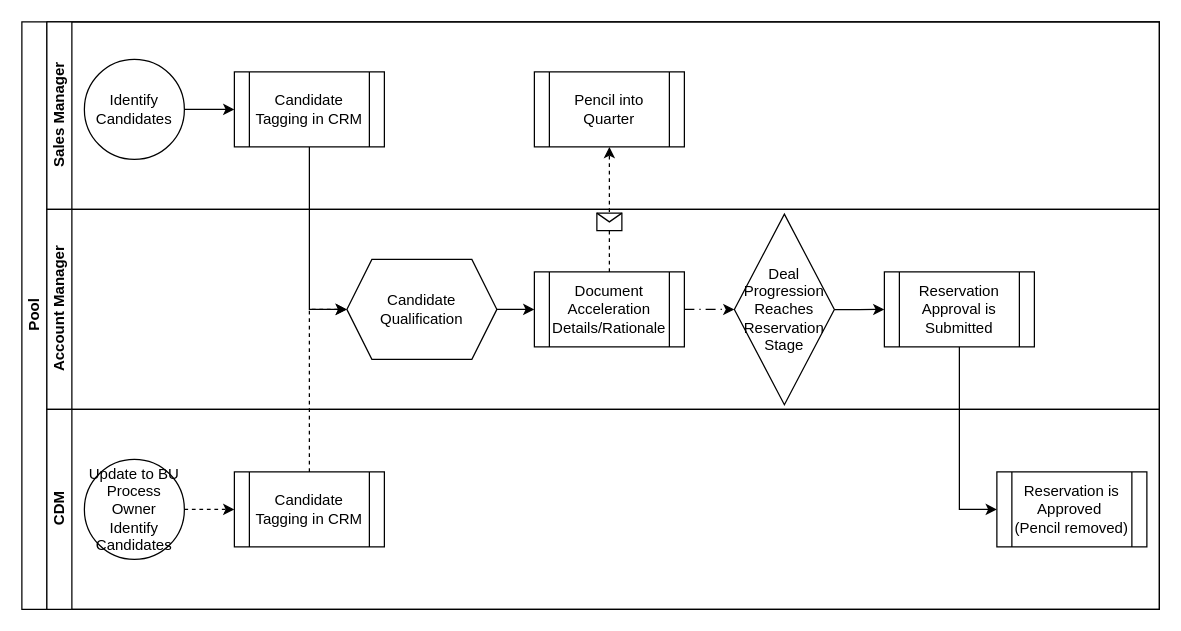
This is page "SwimLane" (4 of 5) of md/Slot Optimization Program Qualification.drawio from dclose84/Training, a draw.io file, before an edit. Source tidied: cells renumbered, new cells numbered last; positions are measured from the earlier drawing's top-left corner, leaving out a move shared by most shapes. Both pictures are drawn from the tidied source at 125%, with x=0, y=0 at pixel (21, 21).
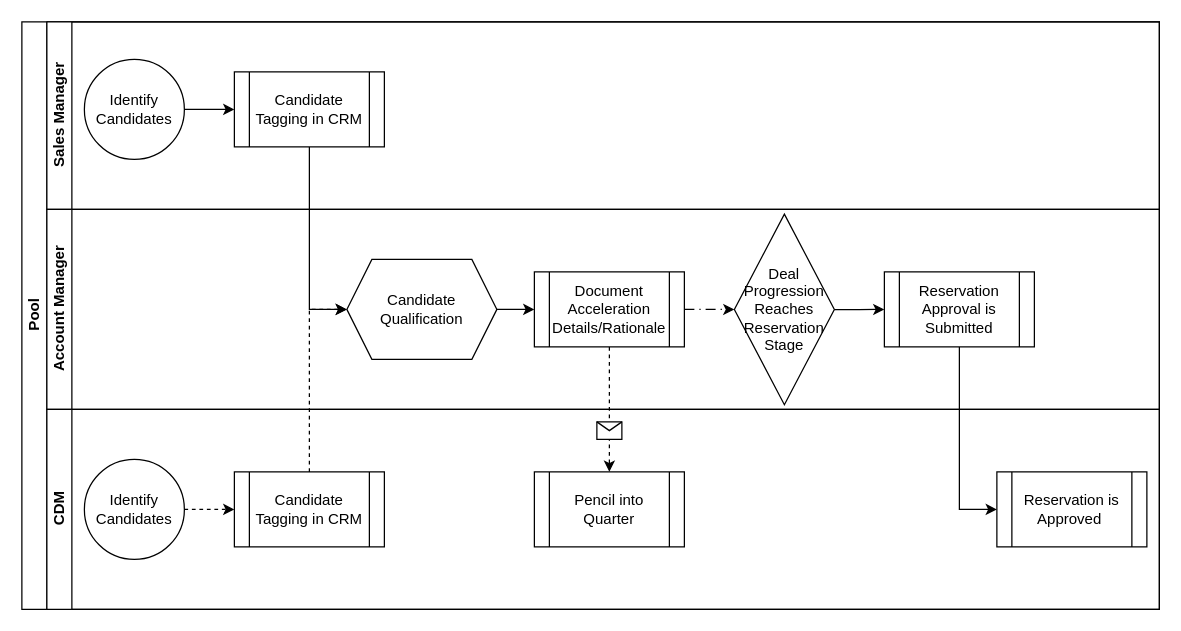
The same diagram, later.

Unchanged cells that the change refers to:
```xml
<mxCell id="2" value="Pool" style="swimlane;html=1;horizontal=0;startSize=20;" parent="1" vertex="1">
  <mxGeometry width="910" height="470" as="geometry" />
</mxCell>
<mxCell id="3" value="Sales Manager" style="swimlane;html=1;startSize=20;horizontal=0;" parent="2" vertex="1">
  <mxGeometry x="20" width="890" height="150" as="geometry" />
</mxCell>
<mxCell id="12" value="Document Acceleration Details/Rationale" style="shape=process;whiteSpace=wrap;html=1;backgroundOutline=1;" parent="8" vertex="1">
  <mxGeometry x="390" y="50" width="120" height="60" as="geometry" />
</mxCell>
<mxCell id="16" value="CDM" style="swimlane;html=1;startSize=20;horizontal=0;" parent="2" vertex="1">
  <mxGeometry x="20" y="310" width="890" height="160" as="geometry" />
</mxCell>
```

Diff of the diagram source:
```diff
@@
-    <mxCell id="7" value="Pencil into Quarter" style="shape=process;whiteSpace=wrap;html=1;backgroundOutline=1;" parent="3" vertex="1">
-      <mxGeometry x="390" y="40" width="120" height="60" as="geometry" />
-    </mxCell>
@@
-    <mxCell id="17" value="Reservation is Approved&amp;nbsp;&lt;div&gt;(Pencil removed)&lt;/div&gt;" style="shape=process;whiteSpace=wrap;html=1;backgroundOutline=1;" parent="16" vertex="1">
+    <mxCell id="17" value="Reservation is Approved&amp;nbsp;" style="shape=process;whiteSpace=wrap;html=1;backgroundOutline=1;" parent="16" vertex="1">
       <mxGeometry x="760" y="50" width="120" height="60" as="geometry" />
     </mxCell>
@@
-    <mxCell id="19" value="Update to BU Process Owner&lt;div&gt;Identify Candidates&lt;/div&gt;" style="ellipse;whiteSpace=wrap;html=1;" parent="16" vertex="1">
+    <mxCell id="19" value="&lt;div&gt;Identify Candidates&lt;/div&gt;" style="ellipse;whiteSpace=wrap;html=1;" parent="16" vertex="1">
       <mxGeometry x="30" y="40" width="80" height="80" as="geometry" />
     </mxCell>
@@
+    <mxCell id="7" value="Pencil into Quarter" style="shape=process;whiteSpace=wrap;html=1;backgroundOutline=1;" parent="16" vertex="1">
+      <mxGeometry x="390" y="50" width="120" height="60" as="geometry" />
+    </mxCell>
@@
-    <mxCell id="22" style="endArrow=classic;html=1;rounded=0;entryX=0.5;entryY=1;entryDx=0;entryDy=0;exitX=0.5;exitY=0;exitDx=0;exitDy=0;dashed=1;" parent="2" edge="1" source="12" target="7">
+    <mxCell id="22" style="endArrow=classic;html=1;rounded=0;entryX=0.5;entryY=0;entryDx=0;entryDy=0;exitX=0.5;exitY=1;exitDx=0;exitDy=0;dashed=1;" parent="2" edge="1" source="12" target="7">
       <mxGeometry relative="1" as="geometry" />
     </mxCell>
     <mxCell id="23" style="shape=message;html=1;" parent="22" vertex="1">
       <mxGeometry width="20" height="14" relative="1" as="geometry">
-        <mxPoint x="-10" y="3" as="offset" />
+        <mxPoint x="-10" y="10" as="offset" />
       </mxGeometry>
     </mxCell>
```
